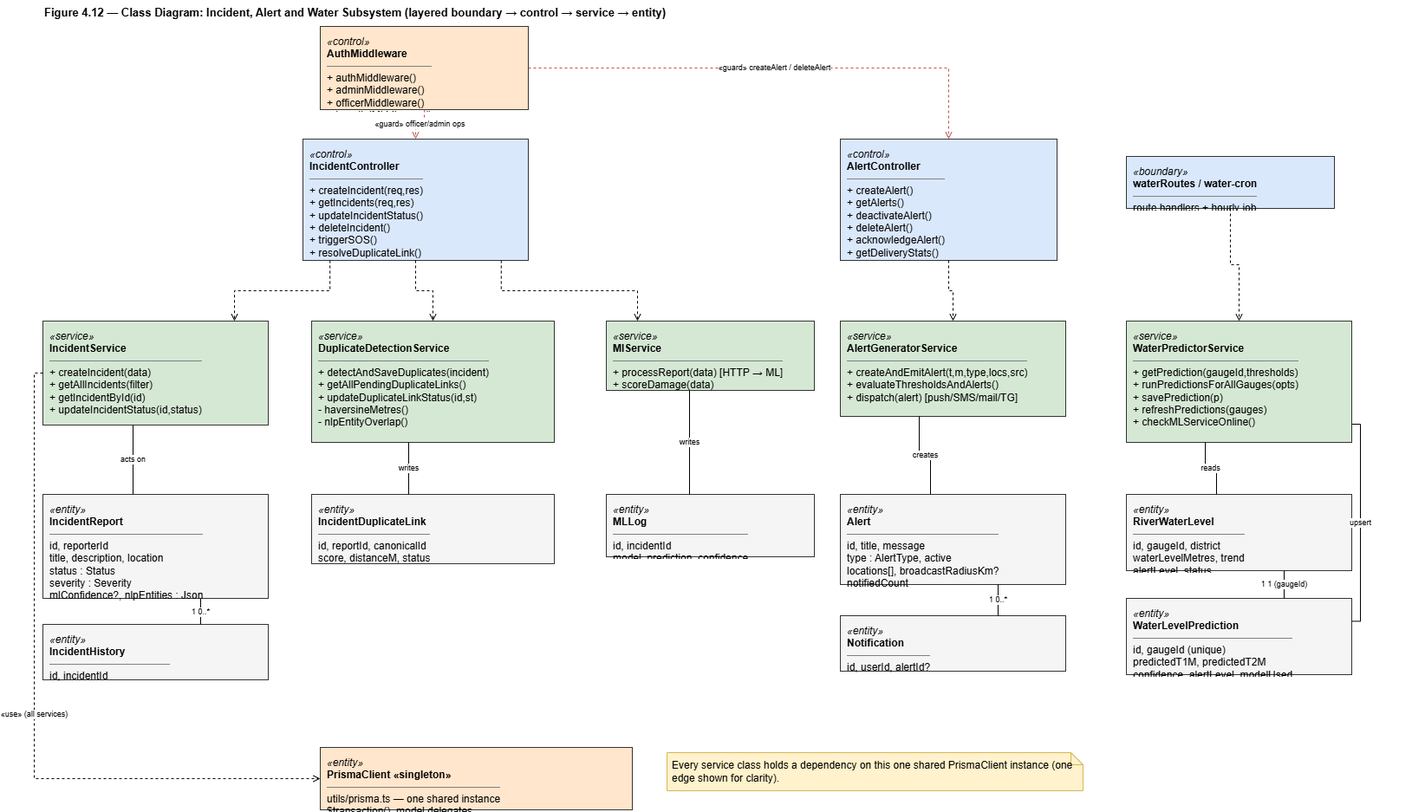
This is research-report-source/diagrams/pngs/Figure_4.12_Class_Diagram_Incident_Alert_Water.drawio.png from DeshanDV1003/Suraksha---Web-App, a draw.io export, as it was before one commit. Source tidied: cells renumbered, new cells last; positions are measured from the earlier drawing's top-left corner, leaving out a move shared by most shapes.
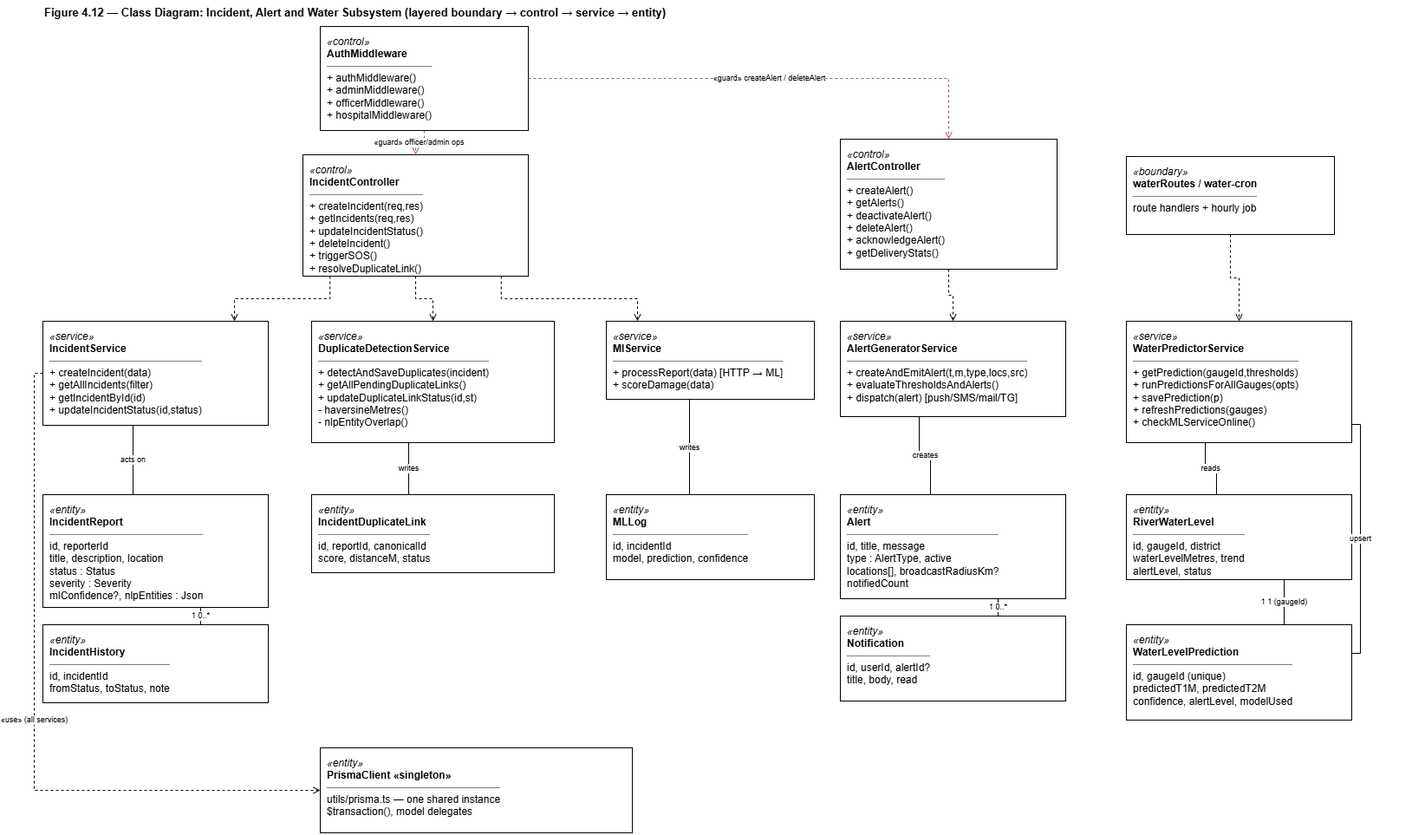
After the commit.

Diff of the diagram source:
```diff
@@ -5,63 +5,60 @@
     <mxCell id="2" value="Figure 4.12 — Class Diagram: Incident, Alert and Water Subsystem (layered boundary → control → service → entity)" style="text;html=1;fontStyle=1;fontSize=13;align=left;" parent="1" vertex="1">
       <mxGeometry width="1580" height="24" as="geometry" />
     </mxCell>
-    <mxCell id="3" value="&lt;i&gt;«control»&lt;/i&gt;&lt;br&gt;&lt;b&gt;AuthMiddleware&lt;/b&gt;&lt;hr size=&quot;1&quot; noshade&gt;+ authMiddleware()&lt;br&gt;+ adminMiddleware()&lt;br&gt;+ officerMiddleware()&lt;br&gt;+ hospitalMiddleware()" style="rounded=0;whiteSpace=wrap;html=1;fillColor=#ffe6cc;strokeColor=#333333;align=left;verticalAlign=top;spacingLeft=6;spacingTop=4;overflow=hidden;" parent="1" vertex="1">
-      <mxGeometry x="320" y="30" width="240" height="96" as="geometry" />
+    <mxCell id="3" value="&lt;i&gt;«control»&lt;/i&gt;&lt;br&gt;&lt;b&gt;AuthMiddleware&lt;/b&gt;&lt;hr size=&quot;1&quot; noshade&gt;+ authMiddleware()&lt;br&gt;+ adminMiddleware()&lt;br&gt;+ officerMiddleware()&lt;br&gt;+ hospitalMiddleware()" style="rounded=0;whiteSpace=wrap;html=1;align=left;verticalAlign=top;spacingLeft=6;spacingTop=4;overflow=hidden;" parent="1" vertex="1">
+      <mxGeometry x="320" y="30" width="240" height="120" as="geometry" />
     </mxCell>
-    <mxCell id="4" value="&lt;i&gt;«control»&lt;/i&gt;&lt;br&gt;&lt;b&gt;IncidentController&lt;/b&gt;&lt;hr size=&quot;1&quot; noshade&gt;+ createIncident(req,res)&lt;br&gt;+ getIncidents(req,res)&lt;br&gt;+ updateIncidentStatus()&lt;br&gt;+ deleteIncident()&lt;br&gt;+ triggerSOS()&lt;br&gt;+ resolveDuplicateLink()" style="rounded=0;whiteSpace=wrap;html=1;fillColor=#dae8fc;strokeColor=#333333;align=left;verticalAlign=top;spacingLeft=6;spacingTop=4;overflow=hidden;" parent="1" vertex="1">
-      <mxGeometry x="300" y="160" width="260" height="140" as="geometry" />
+    <mxCell id="4" value="&lt;i&gt;«control»&lt;/i&gt;&lt;br&gt;&lt;b&gt;IncidentController&lt;/b&gt;&lt;hr size=&quot;1&quot; noshade&gt;+ createIncident(req,res)&lt;br&gt;+ getIncidents(req,res)&lt;br&gt;+ updateIncidentStatus()&lt;br&gt;+ deleteIncident()&lt;br&gt;+ triggerSOS()&lt;br&gt;+ resolveDuplicateLink()" style="rounded=0;whiteSpace=wrap;html=1;align=left;verticalAlign=top;spacingLeft=6;spacingTop=4;overflow=hidden;" parent="1" vertex="1">
+      <mxGeometry x="300" y="178" width="260" height="140" as="geometry" />
     </mxCell>
-    <mxCell id="5" value="&lt;i&gt;«control»&lt;/i&gt;&lt;br&gt;&lt;b&gt;AlertController&lt;/b&gt;&lt;hr size=&quot;1&quot; noshade&gt;+ createAlert()&lt;br&gt;+ getAlerts()&lt;br&gt;+ deactivateAlert()&lt;br&gt;+ deleteAlert()&lt;br&gt;+ acknowledgeAlert()&lt;br&gt;+ getDeliveryStats()" style="rounded=0;whiteSpace=wrap;html=1;fillColor=#dae8fc;strokeColor=#333333;align=left;verticalAlign=top;spacingLeft=6;spacingTop=4;overflow=hidden;" parent="1" vertex="1">
-      <mxGeometry x="920" y="160" width="250" height="140" as="geometry" />
+    <mxCell id="5" value="&lt;i&gt;«control»&lt;/i&gt;&lt;br&gt;&lt;b&gt;AlertController&lt;/b&gt;&lt;hr size=&quot;1&quot; noshade&gt;+ createAlert()&lt;br&gt;+ getAlerts()&lt;br&gt;+ deactivateAlert()&lt;br&gt;+ deleteAlert()&lt;br&gt;+ acknowledgeAlert()&lt;br&gt;+ getDeliveryStats()" style="rounded=0;whiteSpace=wrap;html=1;align=left;verticalAlign=top;spacingLeft=6;spacingTop=4;overflow=hidden;" parent="1" vertex="1">
+      <mxGeometry x="920" y="160" width="250" height="150" as="geometry" />
     </mxCell>
-    <mxCell id="6" value="&lt;i&gt;«boundary»&lt;/i&gt;&lt;br&gt;&lt;b&gt;waterRoutes / water-cron&lt;/b&gt;&lt;hr size=&quot;1&quot; noshade&gt;route handlers + hourly job" style="rounded=0;whiteSpace=wrap;html=1;fillColor=#dae8fc;strokeColor=#333333;align=left;verticalAlign=top;spacingLeft=6;spacingTop=4;overflow=hidden;" parent="1" vertex="1">
-      <mxGeometry x="1250" y="180" width="240" height="60" as="geometry" />
+    <mxCell id="6" value="&lt;i&gt;«boundary»&lt;/i&gt;&lt;br&gt;&lt;b&gt;waterRoutes / water-cron&lt;/b&gt;&lt;hr size=&quot;1&quot; noshade&gt;route handlers + hourly job" style="rounded=0;whiteSpace=wrap;html=1;align=left;verticalAlign=top;spacingLeft=6;spacingTop=4;overflow=hidden;" parent="1" vertex="1">
+      <mxGeometry x="1250" y="180" width="240" height="90" as="geometry" />
     </mxCell>
-    <mxCell id="7" value="&lt;i&gt;«service»&lt;/i&gt;&lt;br&gt;&lt;b&gt;IncidentService&lt;/b&gt;&lt;hr size=&quot;1&quot; noshade&gt;+ createIncident(data)&lt;br&gt;+ getAllIncidents(filter)&lt;br&gt;+ getIncidentById(id)&lt;br&gt;+ updateIncidentStatus(id,status)" style="rounded=0;whiteSpace=wrap;html=1;fillColor=#d5e8d4;strokeColor=#333333;align=left;verticalAlign=top;spacingLeft=6;spacingTop=4;overflow=hidden;" parent="1" vertex="1">
+    <mxCell id="7" value="&lt;i&gt;«service»&lt;/i&gt;&lt;br&gt;&lt;b&gt;IncidentService&lt;/b&gt;&lt;hr size=&quot;1&quot; noshade&gt;+ createIncident(data)&lt;br&gt;+ getAllIncidents(filter)&lt;br&gt;+ getIncidentById(id)&lt;br&gt;+ updateIncidentStatus(id,status)" style="rounded=0;whiteSpace=wrap;html=1;align=left;verticalAlign=top;spacingLeft=6;spacingTop=4;overflow=hidden;" parent="1" vertex="1">
       <mxGeometry y="370" width="260" height="120" as="geometry" />
     </mxCell>
-    <mxCell id="8" value="&lt;i&gt;«service»&lt;/i&gt;&lt;br&gt;&lt;b&gt;DuplicateDetectionService&lt;/b&gt;&lt;hr size=&quot;1&quot; noshade&gt;+ detectAndSaveDuplicates(incident)&lt;br&gt;+ getAllPendingDuplicateLinks()&lt;br&gt;+ updateDuplicateLinkStatus(id,st)&lt;br&gt;- haversineMetres()&lt;br&gt;- nlpEntityOverlap()" style="rounded=0;whiteSpace=wrap;html=1;fillColor=#d5e8d4;strokeColor=#333333;align=left;verticalAlign=top;spacingLeft=6;spacingTop=4;overflow=hidden;" parent="1" vertex="1">
+    <mxCell id="8" value="&lt;i&gt;«service»&lt;/i&gt;&lt;br&gt;&lt;b&gt;DuplicateDetectionService&lt;/b&gt;&lt;hr size=&quot;1&quot; noshade&gt;+ detectAndSaveDuplicates(incident)&lt;br&gt;+ getAllPendingDuplicateLinks()&lt;br&gt;+ updateDuplicateLinkStatus(id,st)&lt;br&gt;- haversineMetres()&lt;br&gt;- nlpEntityOverlap()" style="rounded=0;whiteSpace=wrap;html=1;align=left;verticalAlign=top;spacingLeft=6;spacingTop=4;overflow=hidden;" parent="1" vertex="1">
       <mxGeometry x="310" y="370" width="280" height="140" as="geometry" />
     </mxCell>
-    <mxCell id="9" value="&lt;i&gt;«service»&lt;/i&gt;&lt;br&gt;&lt;b&gt;MlService&lt;/b&gt;&lt;hr size=&quot;1&quot; noshade&gt;+ processReport(data)  [HTTP → ML]&lt;br&gt;+ scoreDamage(data)" style="rounded=0;whiteSpace=wrap;html=1;fillColor=#d5e8d4;strokeColor=#333333;align=left;verticalAlign=top;spacingLeft=6;spacingTop=4;overflow=hidden;" parent="1" vertex="1">
-      <mxGeometry x="650" y="370" width="240" height="80" as="geometry" />
+    <mxCell id="9" value="&lt;i&gt;«service»&lt;/i&gt;&lt;br&gt;&lt;b&gt;MlService&lt;/b&gt;&lt;hr size=&quot;1&quot; noshade&gt;+ processReport(data)  [HTTP → ML]&lt;br&gt;+ scoreDamage(data)" style="rounded=0;whiteSpace=wrap;html=1;align=left;verticalAlign=top;spacingLeft=6;spacingTop=4;overflow=hidden;" parent="1" vertex="1">
+      <mxGeometry x="650" y="370" width="240" height="90" as="geometry" />
     </mxCell>
-    <mxCell id="10" value="&lt;i&gt;«service»&lt;/i&gt;&lt;br&gt;&lt;b&gt;AlertGeneratorService&lt;/b&gt;&lt;hr size=&quot;1&quot; noshade&gt;+ createAndEmitAlert(t,m,type,locs,src)&lt;br&gt;+ evaluateThresholdsAndAlerts()&lt;br&gt;+ dispatch(alert)  [push/SMS/mail/TG]" style="rounded=0;whiteSpace=wrap;html=1;fillColor=#d5e8d4;strokeColor=#333333;align=left;verticalAlign=top;spacingLeft=6;spacingTop=4;overflow=hidden;" parent="1" vertex="1">
+    <mxCell id="10" value="&lt;i&gt;«service»&lt;/i&gt;&lt;br&gt;&lt;b&gt;AlertGeneratorService&lt;/b&gt;&lt;hr size=&quot;1&quot; noshade&gt;+ createAndEmitAlert(t,m,type,locs,src)&lt;br&gt;+ evaluateThresholdsAndAlerts()&lt;br&gt;+ dispatch(alert)  [push/SMS/mail/TG]" style="rounded=0;whiteSpace=wrap;html=1;align=left;verticalAlign=top;spacingLeft=6;spacingTop=4;overflow=hidden;" parent="1" vertex="1">
       <mxGeometry x="920" y="370" width="260" height="110" as="geometry" />
     </mxCell>
-    <mxCell id="11" value="&lt;i&gt;«service»&lt;/i&gt;&lt;br&gt;&lt;b&gt;WaterPredictorService&lt;/b&gt;&lt;hr size=&quot;1&quot; noshade&gt;+ getPrediction(gaugeId,thresholds)&lt;br&gt;+ runPredictionsForAllGauges(opts)&lt;br&gt;+ savePrediction(p)&lt;br&gt;+ refreshPredictions(gauges)&lt;br&gt;+ checkMLServiceOnline()" style="rounded=0;whiteSpace=wrap;html=1;fillColor=#d5e8d4;strokeColor=#333333;align=left;verticalAlign=top;spacingLeft=6;spacingTop=4;overflow=hidden;" parent="1" vertex="1">
+    <mxCell id="11" value="&lt;i&gt;«service»&lt;/i&gt;&lt;br&gt;&lt;b&gt;WaterPredictorService&lt;/b&gt;&lt;hr size=&quot;1&quot; noshade&gt;+ getPrediction(gaugeId,thresholds)&lt;br&gt;+ runPredictionsForAllGauges(opts)&lt;br&gt;+ savePrediction(p)&lt;br&gt;+ refreshPredictions(gauges)&lt;br&gt;+ checkMLServiceOnline()" style="rounded=0;whiteSpace=wrap;html=1;align=left;verticalAlign=top;spacingLeft=6;spacingTop=4;overflow=hidden;" parent="1" vertex="1">
       <mxGeometry x="1250" y="370" width="260" height="140" as="geometry" />
     </mxCell>
-    <mxCell id="12" value="&lt;i&gt;«entity»&lt;/i&gt;&lt;br&gt;&lt;b&gt;IncidentReport&lt;/b&gt;&lt;hr size=&quot;1&quot; noshade&gt;id, reporterId&lt;br&gt;title, description, location&lt;br&gt;status : Status&lt;br&gt;severity : Severity&lt;br&gt;mlConfidence?, nlpEntities : Json" style="rounded=0;whiteSpace=wrap;html=1;fillColor=#f5f5f5;strokeColor=#333333;align=left;verticalAlign=top;spacingLeft=6;spacingTop=4;overflow=hidden;" parent="1" vertex="1">
-      <mxGeometry y="570" width="260" height="120" as="geometry" />
+    <mxCell id="12" value="&lt;i&gt;«entity»&lt;/i&gt;&lt;br&gt;&lt;b&gt;IncidentReport&lt;/b&gt;&lt;hr size=&quot;1&quot; noshade&gt;id, reporterId&lt;br&gt;title, description, location&lt;br&gt;status : Status&lt;br&gt;severity : Severity&lt;br&gt;mlConfidence?, nlpEntities : Json" style="rounded=0;whiteSpace=wrap;html=1;align=left;verticalAlign=top;spacingLeft=6;spacingTop=4;overflow=hidden;" parent="1" vertex="1">
+      <mxGeometry y="570" width="260" height="130" as="geometry" />
     </mxCell>
-    <mxCell id="13" value="&lt;i&gt;«entity»&lt;/i&gt;&lt;br&gt;&lt;b&gt;IncidentHistory&lt;/b&gt;&lt;hr size=&quot;1&quot; noshade&gt;id, incidentId&lt;br&gt;fromStatus, toStatus, note" style="rounded=0;whiteSpace=wrap;html=1;fillColor=#f5f5f5;strokeColor=#333333;align=left;verticalAlign=top;spacingLeft=6;spacingTop=4;overflow=hidden;" parent="1" vertex="1">
-      <mxGeometry y="720" width="260" height="64" as="geometry" />
+    <mxCell id="13" value="&lt;i&gt;«entity»&lt;/i&gt;&lt;br&gt;&lt;b&gt;IncidentHistory&lt;/b&gt;&lt;hr size=&quot;1&quot; noshade&gt;id, incidentId&lt;br&gt;fromStatus, toStatus, note" style="rounded=0;whiteSpace=wrap;html=1;align=left;verticalAlign=top;spacingLeft=6;spacingTop=4;overflow=hidden;" parent="1" vertex="1">
+      <mxGeometry y="720" width="260" height="90" as="geometry" />
     </mxCell>
-    <mxCell id="14" value="&lt;i&gt;«entity»&lt;/i&gt;&lt;br&gt;&lt;b&gt;IncidentDuplicateLink&lt;/b&gt;&lt;hr size=&quot;1&quot; noshade&gt;id, reportId, canonicalId&lt;br&gt;score, distanceM, status" style="rounded=0;whiteSpace=wrap;html=1;fillColor=#f5f5f5;strokeColor=#333333;align=left;verticalAlign=top;spacingLeft=6;spacingTop=4;overflow=hidden;" parent="1" vertex="1">
-      <mxGeometry x="310" y="570" width="280" height="80" as="geometry" />
+    <mxCell id="14" value="&lt;i&gt;«entity»&lt;/i&gt;&lt;br&gt;&lt;b&gt;IncidentDuplicateLink&lt;/b&gt;&lt;hr size=&quot;1&quot; noshade&gt;id, reportId, canonicalId&lt;br&gt;score, distanceM, status" style="rounded=0;whiteSpace=wrap;html=1;align=left;verticalAlign=top;spacingLeft=6;spacingTop=4;overflow=hidden;" parent="1" vertex="1">
+      <mxGeometry x="310" y="570" width="280" height="90" as="geometry" />
     </mxCell>
-    <mxCell id="15" value="&lt;i&gt;«entity»&lt;/i&gt;&lt;br&gt;&lt;b&gt;MLLog&lt;/b&gt;&lt;hr size=&quot;1&quot; noshade&gt;id, incidentId&lt;br&gt;model, prediction, confidence" style="rounded=0;whiteSpace=wrap;html=1;fillColor=#f5f5f5;strokeColor=#333333;align=left;verticalAlign=top;spacingLeft=6;spacingTop=4;overflow=hidden;" parent="1" vertex="1">
-      <mxGeometry x="650" y="570" width="240" height="72" as="geometry" />
+    <mxCell id="15" value="&lt;i&gt;«entity»&lt;/i&gt;&lt;br&gt;&lt;b&gt;MLLog&lt;/b&gt;&lt;hr size=&quot;1&quot; noshade&gt;id, incidentId&lt;br&gt;model, prediction, confidence" style="rounded=0;whiteSpace=wrap;html=1;align=left;verticalAlign=top;spacingLeft=6;spacingTop=4;overflow=hidden;" parent="1" vertex="1">
+      <mxGeometry x="650" y="570" width="240" height="98" as="geometry" />
     </mxCell>
-    <mxCell id="16" value="&lt;i&gt;«entity»&lt;/i&gt;&lt;br&gt;&lt;b&gt;Alert&lt;/b&gt;&lt;hr size=&quot;1&quot; noshade&gt;id, title, message&lt;br&gt;type : AlertType, active&lt;br&gt;locations[], broadcastRadiusKm?&lt;br&gt;notifiedCount" style="rounded=0;whiteSpace=wrap;html=1;fillColor=#f5f5f5;strokeColor=#333333;align=left;verticalAlign=top;spacingLeft=6;spacingTop=4;overflow=hidden;" parent="1" vertex="1">
-      <mxGeometry x="920" y="570" width="260" height="104" as="geometry" />
+    <mxCell id="16" value="&lt;i&gt;«entity»&lt;/i&gt;&lt;br&gt;&lt;b&gt;Alert&lt;/b&gt;&lt;hr size=&quot;1&quot; noshade&gt;id, title, message&lt;br&gt;type : AlertType, active&lt;br&gt;locations[], broadcastRadiusKm?&lt;br&gt;notifiedCount" style="rounded=0;whiteSpace=wrap;html=1;align=left;verticalAlign=top;spacingLeft=6;spacingTop=4;overflow=hidden;" parent="1" vertex="1">
+      <mxGeometry x="920" y="570" width="260" height="120" as="geometry" />
     </mxCell>
-    <mxCell id="17" value="&lt;i&gt;«entity»&lt;/i&gt;&lt;br&gt;&lt;b&gt;Notification&lt;/b&gt;&lt;hr size=&quot;1&quot; noshade&gt;id, userId, alertId?&lt;br&gt;title, body, read" style="rounded=0;whiteSpace=wrap;html=1;fillColor=#f5f5f5;strokeColor=#333333;align=left;verticalAlign=top;spacingLeft=6;spacingTop=4;overflow=hidden;" parent="1" vertex="1">
-      <mxGeometry x="920" y="710" width="260" height="64" as="geometry" />
+    <mxCell id="17" value="&lt;i&gt;«entity»&lt;/i&gt;&lt;br&gt;&lt;b&gt;Notification&lt;/b&gt;&lt;hr size=&quot;1&quot; noshade&gt;id, userId, alertId?&lt;br&gt;title, body, read" style="rounded=0;whiteSpace=wrap;html=1;align=left;verticalAlign=top;spacingLeft=6;spacingTop=4;overflow=hidden;" parent="1" vertex="1">
+      <mxGeometry x="920" y="710" width="260" height="98" as="geometry" />
     </mxCell>
-    <mxCell id="18" value="&lt;i&gt;«entity»&lt;/i&gt;&lt;br&gt;&lt;b&gt;RiverWaterLevel&lt;/b&gt;&lt;hr size=&quot;1&quot; noshade&gt;id, gaugeId, district&lt;br&gt;waterLevelMetres, trend&lt;br&gt;alertLevel, status" style="rounded=0;whiteSpace=wrap;html=1;fillColor=#f5f5f5;strokeColor=#333333;align=left;verticalAlign=top;spacingLeft=6;spacingTop=4;overflow=hidden;" parent="1" vertex="1">
-      <mxGeometry x="1250" y="570" width="260" height="88" as="geometry" />
+    <mxCell id="18" value="&lt;i&gt;«entity»&lt;/i&gt;&lt;br&gt;&lt;b&gt;RiverWaterLevel&lt;/b&gt;&lt;hr size=&quot;1&quot; noshade&gt;id, gaugeId, district&lt;br&gt;waterLevelMetres, trend&lt;br&gt;alertLevel, status" style="rounded=0;whiteSpace=wrap;html=1;align=left;verticalAlign=top;spacingLeft=6;spacingTop=4;overflow=hidden;" parent="1" vertex="1">
+      <mxGeometry x="1250" y="570" width="260" height="98" as="geometry" />
     </mxCell>
-    <mxCell id="19" value="&lt;i&gt;«entity»&lt;/i&gt;&lt;br&gt;&lt;b&gt;WaterLevelPrediction&lt;/b&gt;&lt;hr size=&quot;1&quot; noshade&gt;id, gaugeId (unique)&lt;br&gt;predictedT1M, predictedT2M&lt;br&gt;confidence, alertLevel, modelUsed" style="rounded=0;whiteSpace=wrap;html=1;fillColor=#f5f5f5;strokeColor=#333333;align=left;verticalAlign=top;spacingLeft=6;spacingTop=4;overflow=hidden;" parent="1" vertex="1">
-      <mxGeometry x="1250" y="690" width="260" height="88" as="geometry" />
+    <mxCell id="19" value="&lt;i&gt;«entity»&lt;/i&gt;&lt;br&gt;&lt;b&gt;WaterLevelPrediction&lt;/b&gt;&lt;hr size=&quot;1&quot; noshade&gt;id, gaugeId (unique)&lt;br&gt;predictedT1M, predictedT2M&lt;br&gt;confidence, alertLevel, modelUsed" style="rounded=0;whiteSpace=wrap;html=1;align=left;verticalAlign=top;spacingLeft=6;spacingTop=4;overflow=hidden;" parent="1" vertex="1">
+      <mxGeometry x="1250" y="720" width="260" height="110" as="geometry" />
     </mxCell>
-    <mxCell id="20" value="&lt;i&gt;«entity»&lt;/i&gt;&lt;br&gt;&lt;b&gt;PrismaClient  «singleton»&lt;/b&gt;&lt;hr size=&quot;1&quot; noshade&gt;utils/prisma.ts — one shared instance&lt;br&gt;$transaction(), model delegates" style="rounded=0;whiteSpace=wrap;html=1;fillColor=#ffe6cc;strokeColor=#333333;align=left;verticalAlign=top;spacingLeft=6;spacingTop=4;overflow=hidden;" parent="1" vertex="1">
-      <mxGeometry x="320" y="862" width="360" height="72" as="geometry" />
+    <mxCell id="20" value="&lt;i&gt;«entity»&lt;/i&gt;&lt;br&gt;&lt;b&gt;PrismaClient  «singleton»&lt;/b&gt;&lt;hr size=&quot;1&quot; noshade&gt;utils/prisma.ts — one shared instance&lt;br&gt;$transaction(), model delegates" style="rounded=0;whiteSpace=wrap;html=1;align=left;verticalAlign=top;spacingLeft=6;spacingTop=4;overflow=hidden;" parent="1" vertex="1">
+      <mxGeometry x="320" y="862" width="360" height="98" as="geometry" />
     </mxCell>
-    <mxCell id="21" value="Every service class holds a dependency on this one shared PrismaClient instance (one edge shown for clarity)." style="shape=note;whiteSpace=wrap;html=1;fillColor=#fff2cc;strokeColor=#d6b656;size=14;align=left;spacingLeft=4;" parent="1" vertex="1">
-      <mxGeometry x="720" y="868" width="480" height="44" as="geometry" />
-    </mxCell>
     <mxCell id="22" value="«guard» officer/admin ops" style="edgeStyle=orthogonalEdgeStyle;rounded=0;html=1;fontSize=9;endArrow=open;dashed=1;endFill=0;strokeColor=#b85450;exitX=0.5;exitY=1;exitDx=0;exitDy=0;entryX=0.5;entryY=0;entryDx=0;entryDy=0;" parent="1" edge="1" source="3" target="4">
       <mxGeometry relative="1" as="geometry" />
     </mxCell>
```
